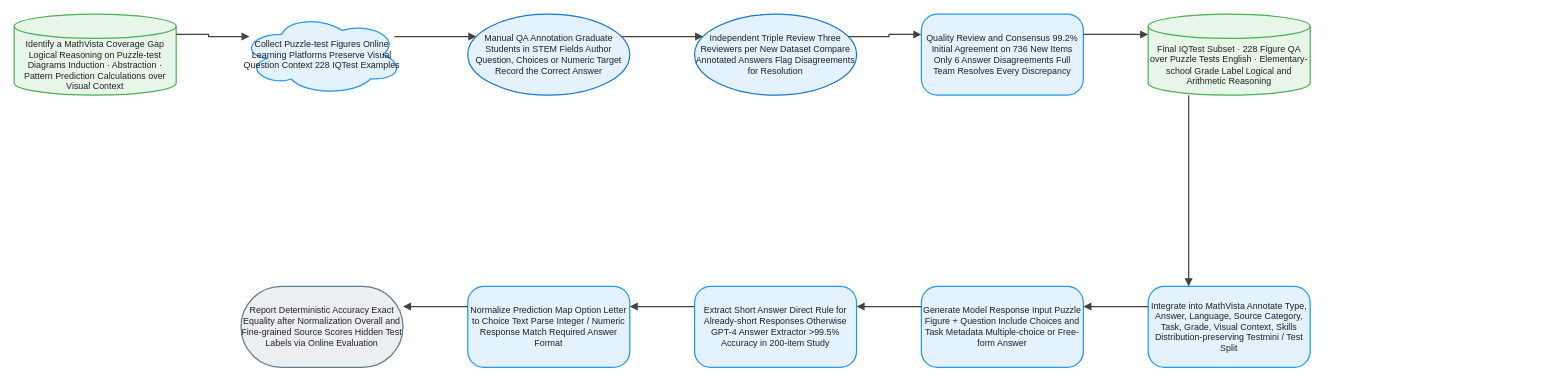
Earlier version of the draw.io diagram client/public/drawio/IQTest/IQTest.en.drawio (joe1chief/benchmark-hub). Source tidied: cells renumbered, new cells numbered last; positions are measured from the earlier drawing's top-left corner, leaving out a move shared by most shapes. Both pictures are drawn from the tidied source at 81%, with x=0, y=0 at pixel (14, 14).
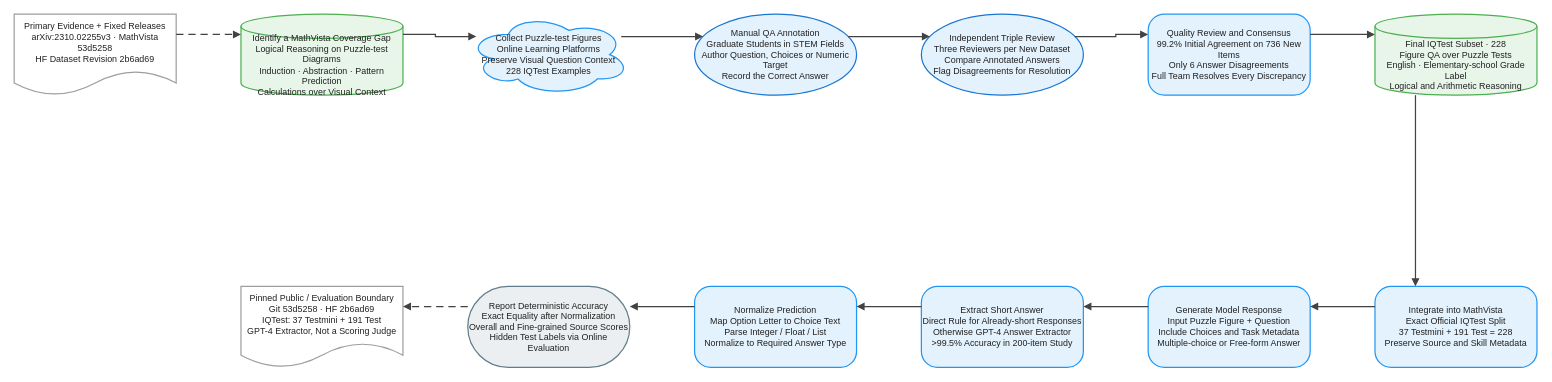
The same page after the edit.

What changed in the source:
```diff
@@
-    <mxCell id="2" value="Identify a MathVista Coverage Gap Logical Reasoning on Puzzle-test Diagrams Induction · Abstraction · Pattern Prediction Calculations over Visual Context" style="shape=cylinder3;boundedLbl=1;backgroundOutline=1;size=15;html=1;whiteSpace=wrap;fillColor=#E8F5E9;strokeColor=#4CAF50;strokeWidth=1.5;fontColor=#212121;fontSize=11;fontFamily=Arial, Helvetica, sans-serif;verticalAlign=middle;align=center;" parent="1" vertex="1">
+    <mxCell id="2" value="Primary Evidence + Fixed Releases&#10;arXiv:2310.02255v3 · MathVista 53d5258&#10;HF Dataset Revision 2b6ad69" style="shape=document;boundedLbl=1;html=0;convertToSvg=1;whiteSpace=wrap;fillColor=#FFFFFF;strokeColor=#9E9E9E;strokeWidth=1.5;fontColor=#212121;fontSize=11;fontFamily=Arial, Helvetica, sans-serif;verticalAlign=middle;align=center;" parent="1" vertex="1">
       <mxGeometry width="200" height="100" as="geometry" />
     </mxCell>
-    <mxCell id="3" value="Collect Puzzle-test Figures Online Learning Platforms Preserve Visual Question Context 228 IQTest Examples" style="ellipse;shape=cloud;html=1;whiteSpace=wrap;fillColor=#E3F2FD;strokeColor=#2196F3;strokeWidth=1.5;fontColor=#212121;fontSize=11;fontFamily=Arial, Helvetica, sans-serif;verticalAlign=middle;align=center;" parent="1" vertex="1">
+    <mxCell id="3" value="Identify a MathVista Coverage Gap&#10;Logical Reasoning on Puzzle-test Diagrams&#10;Induction · Abstraction · Pattern Prediction&#10;Calculations over Visual Context" style="shape=cylinder3;boundedLbl=1;backgroundOutline=1;size=15;html=0;convertToSvg=1;whiteSpace=wrap;fillColor=#E8F5E9;strokeColor=#4CAF50;strokeWidth=1.5;fontColor=#212121;fontSize=11;fontFamily=Arial, Helvetica, sans-serif;verticalAlign=middle;align=center;" parent="1" vertex="1">
       <mxGeometry x="280" width="200" height="100" as="geometry" />
     </mxCell>
-    <mxCell id="4" value="Manual QA Annotation Graduate Students in STEM Fields Author Question, Choices or Numeric Target Record the Correct Answer" style="ellipse;html=1;whiteSpace=wrap;fillColor=#E3F2FD;strokeColor=#1976D2;strokeWidth=1.5;fontColor=#212121;fontSize=11;fontFamily=Arial, Helvetica, sans-serif;verticalAlign=middle;align=center;" parent="1" vertex="1">
+    <mxCell id="4" value="Collect Puzzle-test Figures&#10;Online Learning Platforms&#10;Preserve Visual Question Context&#10;228 IQTest Examples" style="ellipse;shape=cloud;html=0;convertToSvg=1;whiteSpace=wrap;fillColor=#E3F2FD;strokeColor=#2196F3;strokeWidth=1.5;fontColor=#212121;fontSize=11;fontFamily=Arial, Helvetica, sans-serif;verticalAlign=middle;align=center;" parent="1" vertex="1">
       <mxGeometry x="560" width="200" height="100" as="geometry" />
     </mxCell>
-    <mxCell id="5" value="Independent Triple Review Three Reviewers per New Dataset Compare Annotated Answers Flag Disagreements for Resolution" style="ellipse;html=1;whiteSpace=wrap;fillColor=#E3F2FD;strokeColor=#1976D2;strokeWidth=1.5;fontColor=#212121;fontSize=11;fontFamily=Arial, Helvetica, sans-serif;verticalAlign=middle;align=center;" parent="1" vertex="1">
+    <mxCell id="5" value="Manual QA Annotation&#10;Graduate Students in STEM Fields&#10;Author Question, Choices or Numeric Target&#10;Record the Correct Answer" style="ellipse;html=0;convertToSvg=1;whiteSpace=wrap;fillColor=#E3F2FD;strokeColor=#1976D2;strokeWidth=1.5;fontColor=#212121;fontSize=11;fontFamily=Arial, Helvetica, sans-serif;verticalAlign=middle;align=center;" parent="1" vertex="1">
       <mxGeometry x="840" width="200" height="100" as="geometry" />
     </mxCell>
-    <mxCell id="6" value="Quality Review and Consensus 99.2% Initial Agreement on 736 New Items Only 6 Answer Disagreements Full Team Resolves Every Discrepancy" style="rounded=1;arcSize=20;html=1;whiteSpace=wrap;fillColor=#E3F2FD;strokeColor=#2196F3;strokeWidth=1.5;fontColor=#212121;fontSize=11;fontFamily=Arial, Helvetica, sans-serif;verticalAlign=middle;align=center;" parent="1" vertex="1">
+    <mxCell id="6" value="Independent Triple Review&#10;Three Reviewers per New Dataset&#10;Compare Annotated Answers&#10;Flag Disagreements for Resolution" style="ellipse;html=0;convertToSvg=1;whiteSpace=wrap;fillColor=#E3F2FD;strokeColor=#1976D2;strokeWidth=1.5;fontColor=#212121;fontSize=11;fontFamily=Arial, Helvetica, sans-serif;verticalAlign=middle;align=center;" parent="1" vertex="1">
       <mxGeometry x="1120" width="200" height="100" as="geometry" />
     </mxCell>
-    <mxCell id="7" value="Final IQTest Subset · 228 Figure QA over Puzzle Tests English · Elementary-school Grade Label Logical and Arithmetic Reasoning" style="shape=cylinder3;boundedLbl=1;backgroundOutline=1;size=15;html=1;whiteSpace=wrap;fillColor=#E8F5E9;strokeColor=#4CAF50;strokeWidth=1.5;fontColor=#212121;fontSize=11;fontFamily=Arial, Helvetica, sans-serif;verticalAlign=middle;align=center;" parent="1" vertex="1">
+    <mxCell id="7" value="Quality Review and Consensus&#10;99.2% Initial Agreement on 736 New Items&#10;Only 6 Answer Disagreements&#10;Full Team Resolves Every Discrepancy" style="rounded=1;arcSize=20;html=0;convertToSvg=1;whiteSpace=wrap;fillColor=#E3F2FD;strokeColor=#2196F3;strokeWidth=1.5;fontColor=#212121;fontSize=11;fontFamily=Arial, Helvetica, sans-serif;verticalAlign=middle;align=center;" parent="1" vertex="1">
       <mxGeometry x="1400" width="200" height="100" as="geometry" />
     </mxCell>
-    <mxCell id="8" value="Integrate into MathVista Annotate Type, Answer, Language, Source Category, Task, Grade, Visual Context, Skills Distribution-preserving Testmini / Test Split" style="rounded=1;arcSize=20;html=1;whiteSpace=wrap;fillColor=#E3F2FD;strokeColor=#2196F3;strokeWidth=1.5;fontColor=#212121;fontSize=11;fontFamily=Arial, Helvetica, sans-serif;verticalAlign=middle;align=center;" parent="1" vertex="1">
-      <mxGeometry x="1400" y="336" width="200" height="100" as="geometry" />
+    <mxCell id="8" value="Final IQTest Subset · 228&#10;Figure QA over Puzzle Tests&#10;English · Elementary-school Grade Label&#10;Logical and Arithmetic Reasoning" style="shape=cylinder3;boundedLbl=1;backgroundOutline=1;size=15;html=0;convertToSvg=1;whiteSpace=wrap;fillColor=#E8F5E9;strokeColor=#4CAF50;strokeWidth=1.5;fontColor=#212121;fontSize=11;fontFamily=Arial, Helvetica, sans-serif;verticalAlign=middle;align=center;" parent="1" vertex="1">
+      <mxGeometry x="1680" width="200" height="100" as="geometry" />
     </mxCell>
-    <mxCell id="9" value="Generate Model Response Input Puzzle Figure + Question Include Choices and Task Metadata Multiple-choice or Free-form Answer" style="rounded=1;arcSize=20;html=1;whiteSpace=wrap;fillColor=#E3F2FD;strokeColor=#2196F3;strokeWidth=1.5;fontColor=#212121;fontSize=11;fontFamily=Arial, Helvetica, sans-serif;verticalAlign=middle;align=center;" parent="1" vertex="1">
-      <mxGeometry x="1120" y="336" width="200" height="100" as="geometry" />
+    <mxCell id="9" value="Integrate into MathVista&#10;Exact Official IQTest Split&#10;37 Testmini + 191 Test = 228&#10;Preserve Source and Skill Metadata" style="rounded=1;arcSize=20;html=0;convertToSvg=1;whiteSpace=wrap;fillColor=#E3F2FD;strokeColor=#2196F3;strokeWidth=1.5;fontColor=#212121;fontSize=11;fontFamily=Arial, Helvetica, sans-serif;verticalAlign=middle;align=center;" parent="1" vertex="1">
+      <mxGeometry x="1680" y="336" width="200" height="100" as="geometry" />
     </mxCell>
-    <mxCell id="10" value="Extract Short Answer Direct Rule for Already-short Responses Otherwise GPT-4 Answer Extractor &gt;99.5% Accuracy in 200-item Study" style="rounded=1;arcSize=20;html=1;whiteSpace=wrap;fillColor=#E3F2FD;strokeColor=#2196F3;strokeWidth=1.5;fontColor=#212121;fontSize=11;fontFamily=Arial, Helvetica, sans-serif;verticalAlign=middle;align=center;" parent="1" vertex="1">
-      <mxGeometry x="840" y="336" width="200" height="100" as="geometry" />
+    <mxCell id="10" value="Generate Model Response&#10;Input Puzzle Figure + Question&#10;Include Choices and Task Metadata&#10;Multiple-choice or Free-form Answer" style="rounded=1;arcSize=20;html=0;convertToSvg=1;whiteSpace=wrap;fillColor=#E3F2FD;strokeColor=#2196F3;strokeWidth=1.5;fontColor=#212121;fontSize=11;fontFamily=Arial, Helvetica, sans-serif;verticalAlign=middle;align=center;" parent="1" vertex="1">
+      <mxGeometry x="1400" y="336" width="200" height="100" as="geometry" />
     </mxCell>
-    <mxCell id="11" value="Normalize Prediction Map Option Letter to Choice Text Parse Integer / Numeric Response Match Required Answer Format" style="rounded=1;arcSize=20;html=1;whiteSpace=wrap;fillColor=#E3F2FD;strokeColor=#2196F3;strokeWidth=1.5;fontColor=#212121;fontSize=11;fontFamily=Arial, Helvetica, sans-serif;verticalAlign=middle;align=center;" parent="1" vertex="1">
-      <mxGeometry x="560" y="336" width="200" height="100" as="geometry" />
+    <mxCell id="11" value="Extract Short Answer&#10;Direct Rule for Already-short Responses&#10;Otherwise GPT-4 Answer Extractor&#10;&gt;99.5% Accuracy in 200-item Study" style="rounded=1;arcSize=20;html=0;convertToSvg=1;whiteSpace=wrap;fillColor=#E3F2FD;strokeColor=#2196F3;strokeWidth=1.5;fontColor=#212121;fontSize=11;fontFamily=Arial, Helvetica, sans-serif;verticalAlign=middle;align=center;" parent="1" vertex="1">
+      <mxGeometry x="1120" y="336" width="200" height="100" as="geometry" />
     </mxCell>
-    <mxCell id="12" value="Report Deterministic Accuracy Exact Equality after Normalization Overall and Fine-grained Source Scores Hidden Test Labels via Online Evaluation" style="rounded=1;arcSize=50;html=1;whiteSpace=wrap;fillColor=#ECEFF1;strokeColor=#607D8B;strokeWidth=1.5;fontColor=#212121;fontSize=11;fontFamily=Arial, Helvetica, sans-serif;verticalAlign=middle;align=center;" parent="1" vertex="1">
-      <mxGeometry x="280" y="336" width="200" height="100" as="geometry" />
+    <mxCell id="12" value="Normalize Prediction&#10;Map Option Letter to Choice Text&#10;Parse Integer / Float / List&#10;Normalize to Required Answer Type" style="rounded=1;arcSize=20;html=0;convertToSvg=1;whiteSpace=wrap;fillColor=#E3F2FD;strokeColor=#2196F3;strokeWidth=1.5;fontColor=#212121;fontSize=11;fontFamily=Arial, Helvetica, sans-serif;verticalAlign=middle;align=center;" parent="1" vertex="1">
+      <mxGeometry x="840" y="336" width="200" height="100" as="geometry" />
     </mxCell>
-    <mxCell id="13" style="edgeStyle=orthogonalEdgeStyle;rounded=0;jettySize=auto;html=1;strokeColor=#424242;strokeWidth=1.5;endArrow=block;endFill=1;exitX=1;exitY=0.25;exitDx=0;exitDy=0;entryX=0;entryY=0.25;entryDx=0;entryDy=0;jumpStyle=arc;jumpSize=8;" parent="1" edge="1" source="2" target="3">
-      <mxGeometry relative="1" as="geometry" />
+    <mxCell id="13" value="Report Deterministic Accuracy&#10;Exact Equality after Normalization&#10;Overall and Fine-grained Source Scores&#10;Hidden Test Labels via Online Evaluation" style="rounded=1;arcSize=50;html=0;convertToSvg=1;whiteSpace=wrap;fillColor=#ECEFF1;strokeColor=#607D8B;strokeWidth=1.5;fontColor=#212121;fontSize=11;fontFamily=Arial, Helvetica, sans-serif;verticalAlign=middle;align=center;" parent="1" vertex="1">
+      <mxGeometry x="560" y="336" width="200" height="100" as="geometry" />
     </mxCell>
-    <mxCell id="14" style="edgeStyle=orthogonalEdgeStyle;rounded=0;jettySize=auto;html=1;strokeColor=#424242;strokeWidth=1.5;endArrow=block;endFill=1;exitX=1;exitY=0.25;exitDx=0;exitDy=0;entryX=0;entryY=0.25;entryDx=0;entryDy=0;jumpStyle=arc;jumpSize=8;" parent="1" edge="1" source="3" target="4">
-      <mxGeometry relative="1" as="geometry" />
+    <mxCell id="14" value="Pinned Public / Evaluation Boundary&#10;Git 53d5258 · HF 2b6ad69&#10;IQTest: 37 Testmini + 191 Test&#10;GPT-4 Extractor, Not a Scoring Judge" style="shape=document;boundedLbl=1;html=0;convertToSvg=1;whiteSpace=wrap;fillColor=#FFFFFF;strokeColor=#9E9E9E;strokeWidth=1.5;fontColor=#212121;fontSize=11;fontFamily=Arial, Helvetica, sans-serif;verticalAlign=middle;align=center;" parent="1" vertex="1">
+      <mxGeometry x="280" y="336" width="200" height="100" as="geometry" />
     </mxCell>
-    <mxCell id="15" style="edgeStyle=orthogonalEdgeStyle;rounded=0;jettySize=auto;html=1;strokeColor=#424242;strokeWidth=1.5;endArrow=block;endFill=1;exitX=1;exitY=0.25;exitDx=0;exitDy=0;entryX=0;entryY=0.25;entryDx=0;entryDy=0;jumpStyle=arc;jumpSize=8;" parent="1" edge="1" source="4" target="5">
+    <mxCell id="15" style="edgeStyle=orthogonalEdgeStyle;rounded=0;jettySize=auto;html=0;convertToSvg=1;strokeColor=#424242;strokeWidth=1.5;endArrow=block;endFill=1;exitX=1;exitY=0.25;exitDx=0;exitDy=0;entryX=0;entryY=0.25;entryDx=0;entryDy=0;dashed=1;dashPattern=6 4;jumpStyle=arc;jumpSize=8;" parent="1" edge="1" source="2" target="3">
       <mxGeometry relative="1" as="geometry" />
     </mxCell>
-    <mxCell id="16" style="edgeStyle=orthogonalEdgeStyle;rounded=0;jettySize=auto;html=1;strokeColor=#424242;strokeWidth=1.5;endArrow=block;endFill=1;exitX=1;exitY=0.25;exitDx=0;exitDy=0;entryX=0;entryY=0.25;entryDx=0;entryDy=0;jumpStyle=arc;jumpSize=8;" parent="1" edge="1" source="5" target="6">
+    <mxCell id="16" style="edgeStyle=orthogonalEdgeStyle;rounded=0;jettySize=auto;html=0;convertToSvg=1;strokeColor=#424242;strokeWidth=1.5;endArrow=block;endFill=1;exitX=1;exitY=0.25;exitDx=0;exitDy=0;entryX=0;entryY=0.25;entryDx=0;entryDy=0;jumpStyle=arc;jumpSize=8;" parent="1" edge="1" source="3" target="4">
       <mxGeometry relative="1" as="geometry" />
     </mxCell>
-    <mxCell id="17" style="edgeStyle=orthogonalEdgeStyle;rounded=0;jettySize=auto;html=1;strokeColor=#424242;strokeWidth=1.5;endArrow=block;endFill=1;exitX=1;exitY=0.25;exitDx=0;exitDy=0;entryX=0;entryY=0.25;entryDx=0;entryDy=0;jumpStyle=arc;jumpSize=8;" parent="1" edge="1" source="6" target="7">
+    <mxCell id="17" style="edgeStyle=orthogonalEdgeStyle;rounded=0;jettySize=auto;html=0;convertToSvg=1;strokeColor=#424242;strokeWidth=1.5;endArrow=block;endFill=1;exitX=1;exitY=0.25;exitDx=0;exitDy=0;entryX=0;entryY=0.25;entryDx=0;entryDy=0;jumpStyle=arc;jumpSize=8;" parent="1" edge="1" source="4" target="5">
       <mxGeometry relative="1" as="geometry" />
     </mxCell>
-    <mxCell id="18" style="edgeStyle=orthogonalEdgeStyle;rounded=0;jettySize=auto;html=1;strokeColor=#424242;strokeWidth=1.5;endArrow=block;endFill=1;exitX=0.25;exitY=1;exitDx=0;exitDy=0;entryX=0.25;entryY=0;entryDx=0;entryDy=0;jumpStyle=arc;jumpSize=8;" parent="1" edge="1" source="7" target="8">
+    <mxCell id="18" style="edgeStyle=orthogonalEdgeStyle;rounded=0;jettySize=auto;html=0;convertToSvg=1;strokeColor=#424242;strokeWidth=1.5;endArrow=block;endFill=1;exitX=1;exitY=0.25;exitDx=0;exitDy=0;entryX=0;entryY=0.25;entryDx=0;entryDy=0;jumpStyle=arc;jumpSize=8;" parent="1" edge="1" source="5" target="6">
       <mxGeometry relative="1" as="geometry" />
     </mxCell>
-    <mxCell id="19" style="edgeStyle=orthogonalEdgeStyle;rounded=0;jettySize=auto;html=1;strokeColor=#424242;strokeWidth=1.5;endArrow=block;endFill=1;exitX=0;exitY=0.25;exitDx=0;exitDy=0;entryX=1;entryY=0.25;entryDx=0;entryDy=0;jumpStyle=arc;jumpSize=8;" parent="1" edge="1" source="8" target="9">
+    <mxCell id="19" style="edgeStyle=orthogonalEdgeStyle;rounded=0;jettySize=auto;html=0;convertToSvg=1;strokeColor=#424242;strokeWidth=1.5;endArrow=block;endFill=1;exitX=1;exitY=0.25;exitDx=0;exitDy=0;entryX=0;entryY=0.25;entryDx=0;entryDy=0;jumpStyle=arc;jumpSize=8;" parent="1" edge="1" source="6" target="7">
       <mxGeometry relative="1" as="geometry" />
     </mxCell>
-    <mxCell id="20" style="edgeStyle=orthogonalEdgeStyle;rounded=0;jettySize=auto;html=1;strokeColor=#424242;strokeWidth=1.5;endArrow=block;endFill=1;exitX=0;exitY=0.25;exitDx=0;exitDy=0;entryX=1;entryY=0.25;entryDx=0;entryDy=0;jumpStyle=arc;jumpSize=8;" parent="1" edge="1" source="9" target="10">
+    <mxCell id="20" style="edgeStyle=orthogonalEdgeStyle;rounded=0;jettySize=auto;html=0;convertToSvg=1;strokeColor=#424242;strokeWidth=1.5;endArrow=block;endFill=1;exitX=1;exitY=0.25;exitDx=0;exitDy=0;entryX=0;entryY=0.25;entryDx=0;entryDy=0;jumpStyle=arc;jumpSize=8;" parent="1" edge="1" source="7" target="8">
       <mxGeometry relative="1" as="geometry" />
     </mxCell>
-    <mxCell id="21" style="edgeStyle=orthogonalEdgeStyle;rounded=0;jettySize=auto;html=1;strokeColor=#424242;strokeWidth=1.5;endArrow=block;endFill=1;exitX=0;exitY=0.25;exitDx=0;exitDy=0;entryX=1;entryY=0.25;entryDx=0;entryDy=0;jumpStyle=arc;jumpSize=8;" parent="1" edge="1" source="10" target="11">
+    <mxCell id="21" style="edgeStyle=orthogonalEdgeStyle;rounded=0;jettySize=auto;html=0;convertToSvg=1;strokeColor=#424242;strokeWidth=1.5;endArrow=block;endFill=1;exitX=0.25;exitY=1;exitDx=0;exitDy=0;entryX=0.25;entryY=0;entryDx=0;entryDy=0;jumpStyle=arc;jumpSize=8;" parent="1" edge="1" source="8" target="9">
       <mxGeometry relative="1" as="geometry" />
     </mxCell>
-    <mxCell id="22" style="edgeStyle=orthogonalEdgeStyle;rounded=0;jettySize=auto;html=1;strokeColor=#424242;strokeWidth=1.5;endArrow=block;endFill=1;exitX=0;exitY=0.25;exitDx=0;exitDy=0;entryX=1;entryY=0.25;entryDx=0;entryDy=0;jumpStyle=arc;jumpSize=8;" parent="1" edge="1" source="11" target="12">
+    <mxCell id="22" style="edgeStyle=orthogonalEdgeStyle;rounded=0;jettySize=auto;html=0;convertToSvg=1;strokeColor=#424242;strokeWidth=1.5;endArrow=block;endFill=1;exitX=0;exitY=0.25;exitDx=0;exitDy=0;entryX=1;entryY=0.25;entryDx=0;entryDy=0;jumpStyle=arc;jumpSize=8;" parent="1" edge="1" source="9" target="10">
       <mxGeometry relative="1" as="geometry" />
     </mxCell>
+    <mxCell id="23" style="edgeStyle=orthogonalEdgeStyle;rounded=0;jettySize=auto;html=0;convertToSvg=1;strokeColor=#424242;strokeWidth=1.5;endArrow=block;endFill=1;exitX=0;exitY=0.25;exitDx=0;exitDy=0;entryX=1;entryY=0.25;entryDx=0;entryDy=0;jumpStyle=arc;jumpSize=8;" parent="1" edge="1" source="10" target="11">
+      <mxGeometry relative="1" as="geometry" />
+    </mxCell>
+    <mxCell id="24" style="edgeStyle=orthogonalEdgeStyle;rounded=0;jettySize=auto;html=0;convertToSvg=1;strokeColor=#424242;strokeWidth=1.5;endArrow=block;endFill=1;exitX=0;exitY=0.25;exitDx=0;exitDy=0;entryX=1;entryY=0.25;entryDx=0;entryDy=0;jumpStyle=arc;jumpSize=8;" parent="1" edge="1" source="11" target="12">
+      <mxGeometry relative="1" as="geometry" />
+    </mxCell>
+    <mxCell id="25" style="edgeStyle=orthogonalEdgeStyle;rounded=0;jettySize=auto;html=0;convertToSvg=1;strokeColor=#424242;strokeWidth=1.5;endArrow=block;endFill=1;exitX=0;exitY=0.25;exitDx=0;exitDy=0;entryX=1;entryY=0.25;entryDx=0;entryDy=0;jumpStyle=arc;jumpSize=8;" parent="1" edge="1" source="12" target="13">
+      <mxGeometry relative="1" as="geometry" />
+    </mxCell>
+    <mxCell id="26" style="edgeStyle=orthogonalEdgeStyle;rounded=0;jettySize=auto;html=0;convertToSvg=1;strokeColor=#424242;strokeWidth=1.5;endArrow=block;endFill=1;exitX=0;exitY=0.25;exitDx=0;exitDy=0;entryX=1;entryY=0.25;entryDx=0;entryDy=0;dashed=1;dashPattern=6 4;jumpStyle=arc;jumpSize=8;" parent="1" edge="1" source="13" target="14">
+      <mxGeometry relative="1" as="geometry" />
+    </mxCell>
```
